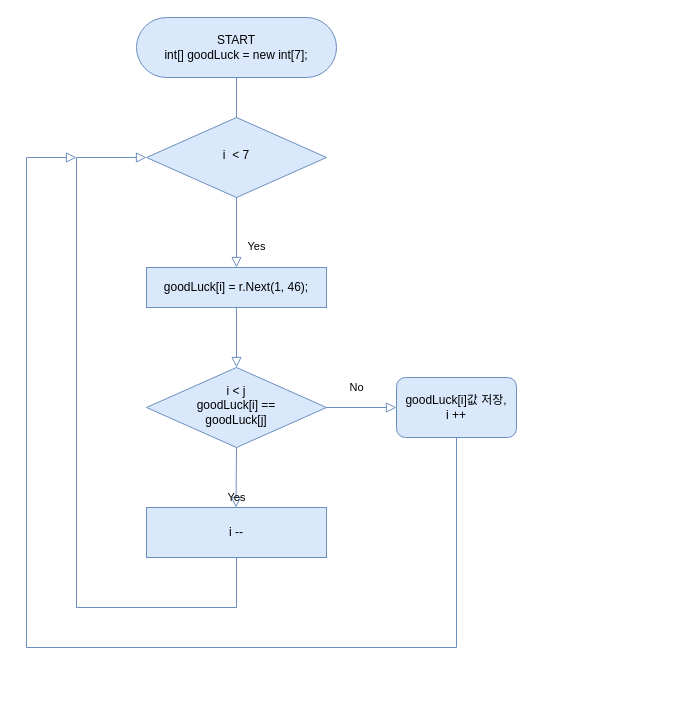
This is 2 vsStudio_P/210408_cSharp_basic_chap5/sukje_lotto/PPT/lottoAlgori.drawio from jhy0409/jhy0409, a draw.io file, before an edit. Source tidied: cells renumbered, new cells numbered last; positions are measured from the earlier drawing's top-left corner, leaving out a move shared by most shapes. Both pictures are drawn from the tidied source at 100%, with x=0, y=0 at pixel (26, 17).
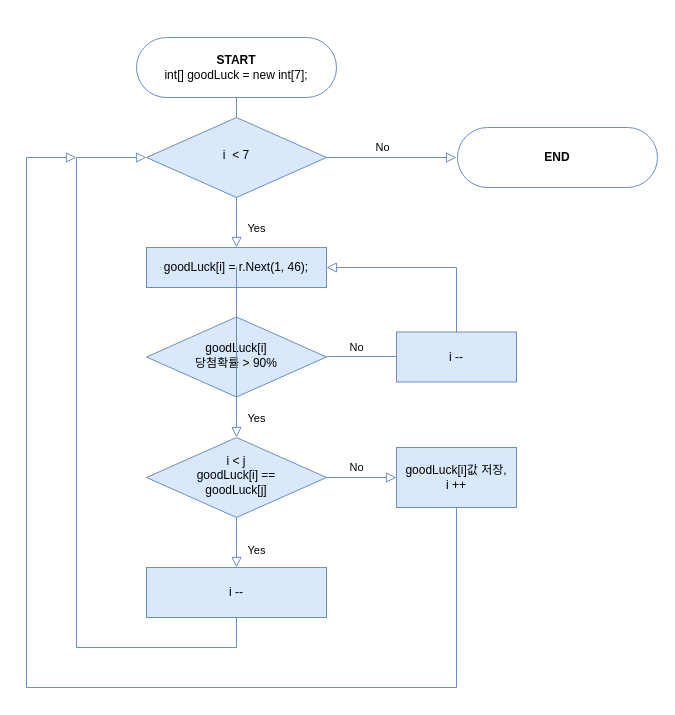
The same page after the edit.

Unchanged cells that the change refers to:
```xml
<mxCell id="13" value="i&amp;nbsp; &amp;lt; 7" style="rhombus;whiteSpace=wrap;html=1;shadow=0;fontFamily=Helvetica;fontSize=12;align=center;strokeWidth=1;spacing=6;spacingTop=-4;fillColor=#dae8fc;strokeColor=#6c8ebf;" parent="1" vertex="1">
  <mxGeometry x="120" y="100" width="180" height="80" as="geometry" />
</mxCell>
```

Diff of the diagram source:
```diff
@@
-    <mxCell id="2" value="START&lt;br&gt;int[] goodLuck = new int[7];" style="rounded=1;whiteSpace=wrap;html=1;fontSize=12;glass=0;strokeWidth=1;shadow=0;absoluteArcSize=1;arcSize=120;fillColor=#dae8fc;strokeColor=#6c8ebf;" parent="1" vertex="1">
-      <mxGeometry x="110" width="200" height="60" as="geometry" />
-    </mxCell>
-    <mxCell id="3" style="edgeStyle=orthogonalEdgeStyle;rounded=0;jettySize=auto;html=1;entryX=0.5;entryY=0;entryDx=0;entryDy=0;shadow=0;strokeWidth=1;labelBackgroundColor=none;endFill=0;endArrow=block;endSize=8;fillColor=#dae8fc;strokeColor=#6c8ebf;" parent="1" edge="1" source="4" target="5">
-      <mxGeometry relative="1" as="geometry" />
-    </mxCell>
     <mxCell id="4" value="&lt;div&gt;&lt;span&gt;goodLuck[i] = r.Next(1, 46);&lt;/span&gt;&lt;br&gt;&lt;/div&gt;" style="rounded=0;whiteSpace=wrap;html=1;glass=0;strokeWidth=1;fillColor=#dae8fc;strokeColor=#6c8ebf;" parent="1" vertex="1">
-      <mxGeometry x="120" y="250" width="180" height="40" as="geometry" />
+      <mxGeometry x="120" y="230" width="180" height="40" as="geometry" />
     </mxCell>
     <mxCell id="5" value="i &amp;lt; j&lt;br&gt;goodLuck[i] == &lt;br&gt;goodLuck[j]" style="rhombus;whiteSpace=wrap;html=1;shadow=0;fontFamily=Helvetica;fontSize=12;align=center;strokeWidth=1;spacing=6;spacingTop=-4;fillColor=#dae8fc;strokeColor=#6c8ebf;" parent="1" vertex="1">
-      <mxGeometry x="120" y="350" width="180" height="80" as="geometry" />
+      <mxGeometry x="120" y="420" width="180" height="80" as="geometry" />
     </mxCell>
     <mxCell id="6" style="edgeStyle=orthogonalEdgeStyle;rounded=0;jettySize=auto;html=1;fillColor=#dae8fc;strokeColor=#6c8ebf;shadow=0;strokeWidth=1;labelBackgroundColor=none;endFill=0;endArrow=block;endSize=8;" parent="1" edge="1" source="7" target="13">
       <mxGeometry relative="1" as="geometry">
         <Array as="points">
-          <mxPoint x="210" y="590" />
-          <mxPoint x="50" y="590" />
+          <mxPoint x="210" y="630" />
+          <mxPoint x="50" y="630" />
           <mxPoint x="50" y="140" />
         </Array>
       </mxGeometry>
     </mxCell>
     <mxCell id="7" value="i --" style="rounded=0;whiteSpace=wrap;html=1;fontSize=12;glass=0;strokeWidth=1;fillColor=#dae8fc;strokeColor=#6c8ebf;" parent="1" vertex="1">
-      <mxGeometry x="120" y="490" width="180" height="50" as="geometry" />
+      <mxGeometry x="120" y="550" width="180" height="50" as="geometry" />
     </mxCell>
     <mxCell id="8" style="edgeStyle=orthogonalEdgeStyle;rounded=0;jettySize=auto;html=1;shadow=0;strokeColor=#6c8ebf;strokeWidth=1;fillColor=#dae8fc;labelBackgroundColor=none;endFill=0;endArrow=block;endSize=8;" parent="1" edge="1" source="9">
       <mxGeometry relative="1" as="geometry">
         <mxPoint x="50" y="140" as="targetPoint" />
         <Array as="points">
-          <mxPoint x="430" y="630" />
-          <mxPoint y="630" />
+          <mxPoint x="430" y="670" />
+          <mxPoint y="670" />
           <mxPoint y="140" />
         </Array>
       </mxGeometry>
     </mxCell>
-    <mxCell id="9" value="&lt;span&gt;goodLuck[i]값 저장,&lt;br&gt;i ++&lt;br&gt;&lt;/span&gt;" style="rounded=1;whiteSpace=wrap;html=1;fontSize=12;glass=0;strokeWidth=1;shadow=0;fillColor=#dae8fc;strokeColor=#6c8ebf;" parent="1" vertex="1">
-      <mxGeometry x="370" y="360" width="120" height="60" as="geometry" />
+    <mxCell id="9" value="&lt;span&gt;goodLuck[i]값 저장,&lt;br&gt;i ++&lt;br&gt;&lt;/span&gt;" style="rounded=0;whiteSpace=wrap;html=1;fontSize=12;glass=0;strokeWidth=1;fillColor=#dae8fc;strokeColor=#6c8ebf;" parent="1" vertex="1">
+      <mxGeometry x="370" y="430" width="120" height="60" as="geometry" />
     </mxCell>
     <mxCell id="10" value="No" style="edgeStyle=orthogonalEdgeStyle;rounded=0;html=1;jettySize=auto;fontSize=11;endArrow=block;endFill=0;endSize=8;strokeWidth=1;shadow=0;labelBackgroundColor=none;entryX=0;entryY=0.5;entryDx=0;entryDy=0;exitX=1;exitY=0.5;exitDx=0;exitDy=0;fillColor=#dae8fc;strokeColor=#6c8ebf;" parent="1" edge="1" source="5" target="9">
-      <mxGeometry x="-0.14" y="20" relative="1" as="geometry" />
+      <mxGeometry x="-0.14" y="10" relative="1" as="geometry" />
     </mxCell>
-    <mxCell id="11" value="Yes" style="rounded=0;html=1;jettySize=auto;fontSize=11;endArrow=block;endFill=0;endSize=8;strokeWidth=1;shadow=0;labelBackgroundColor=none;edgeStyle=orthogonalEdgeStyle;exitX=0.5;exitY=1;exitDx=0;exitDy=0;fillColor=#dae8fc;strokeColor=#6c8ebf;" parent="1" edge="1" source="5">
-      <mxGeometry x="-0.01" y="-20" relative="1" as="geometry">
-        <mxPoint x="209.5" y="490" as="targetPoint" />
-        <mxPoint x="20" y="20" as="offset" />
-      </mxGeometry>
+    <mxCell id="11" value="Yes" style="rounded=0;html=1;jettySize=auto;fontSize=11;endArrow=block;endFill=0;endSize=8;strokeWidth=1;shadow=0;labelBackgroundColor=none;edgeStyle=orthogonalEdgeStyle;exitX=0.5;exitY=1;exitDx=0;exitDy=0;fillColor=#dae8fc;strokeColor=#6c8ebf;entryX=0.5;entryY=0;entryDx=0;entryDy=0;" parent="1" edge="1" source="5" target="7">
+      <mxGeometry x="0.33" y="20" relative="1" as="geometry" />
     </mxCell>
@@
+    <mxCell id="14" value="goodLuck[i]&lt;br&gt;당첨확률 &amp;gt; 90%" style="rhombus;whiteSpace=wrap;html=1;shadow=0;fontFamily=Helvetica;fontSize=12;align=center;strokeWidth=1;spacing=6;spacingTop=-4;fillColor=#dae8fc;strokeColor=#6c8ebf;" parent="1" vertex="1">
+      <mxGeometry x="120" y="299.5" width="180" height="80" as="geometry" />
+    </mxCell>
+    <mxCell id="15" value="No" style="edgeStyle=orthogonalEdgeStyle;rounded=0;html=1;jettySize=auto;fontSize=11;endArrow=block;endFill=0;endSize=8;strokeWidth=1;shadow=0;labelBackgroundColor=none;entryX=1;entryY=0.5;entryDx=0;entryDy=0;exitX=1;exitY=0.5;exitDx=0;exitDy=0;fillColor=#dae8fc;strokeColor=#6c8ebf;" parent="1" edge="1" target="4">
+      <mxGeometry x="-0.83" y="9" relative="1" as="geometry">
+        <mxPoint x="300" y="339" as="sourcePoint" />
+        <Array as="points">
+          <mxPoint x="430" y="339" />
+          <mxPoint x="430" y="250" />
+        </Array>
+      </mxGeometry>
+    </mxCell>
+    <mxCell id="16" value="i --" style="rounded=0;whiteSpace=wrap;html=1;fontSize=12;glass=0;strokeWidth=1;fillColor=#dae8fc;strokeColor=#6c8ebf;" parent="1" vertex="1">
+      <mxGeometry x="370" y="314.5" width="120" height="50" as="geometry" />
+    </mxCell>
+    <mxCell id="17" value="No" style="edgeStyle=orthogonalEdgeStyle;rounded=0;html=1;jettySize=auto;orthogonalLoop=1;fontSize=11;endArrow=block;endFill=0;endSize=8;strokeWidth=1;shadow=0;labelBackgroundColor=none;exitX=1;exitY=0.5;exitDx=0;exitDy=0;fillColor=#dae8fc;strokeColor=#6c8ebf;" parent="1" edge="1">
+      <mxGeometry x="-0.14" y="10" relative="1" as="geometry">
+        <mxPoint x="300" y="140" as="sourcePoint" />
+        <mxPoint x="430" y="140" as="targetPoint" />
+      </mxGeometry>
+    </mxCell>
+    <mxCell id="18" value="&lt;b&gt;END&lt;/b&gt;" style="rounded=1;whiteSpace=wrap;html=1;fontSize=12;glass=0;strokeWidth=1;shadow=0;absoluteArcSize=1;arcSize=120;fillColor=#FFFFFF;strokeColor=#6c8ebf;" parent="1" vertex="1">
+      <mxGeometry x="431" y="110" width="200" height="60" as="geometry" />
+    </mxCell>
+    <mxCell id="2" value="&lt;b&gt;START&lt;br&gt;&lt;/b&gt;int[] goodLuck = new int[7];" style="rounded=1;whiteSpace=wrap;html=1;fontSize=12;glass=0;strokeWidth=1;shadow=0;absoluteArcSize=1;arcSize=120;strokeColor=#6c8ebf;fillColor=#FFFFFF;" parent="1" vertex="1">
+      <mxGeometry x="110" y="20" width="200" height="60" as="geometry" />
+    </mxCell>
+    <mxCell id="19" value="Yes" style="rounded=0;html=1;jettySize=auto;orthogonalLoop=1;fontSize=11;endArrow=block;endFill=0;endSize=8;strokeWidth=1;shadow=0;labelBackgroundColor=none;edgeStyle=orthogonalEdgeStyle;fillColor=#dae8fc;strokeColor=#6c8ebf;entryX=0.5;entryY=0;entryDx=0;entryDy=0;" parent="1" edge="1">
+      <mxGeometry x="0.8" y="20" relative="1" as="geometry">
+        <mxPoint x="210" y="270" as="sourcePoint" />
+        <mxPoint x="210" y="420" as="targetPoint" />
+        <Array as="points">
+          <mxPoint x="210" y="250" />
+        </Array>
+      </mxGeometry>
+    </mxCell>
```
